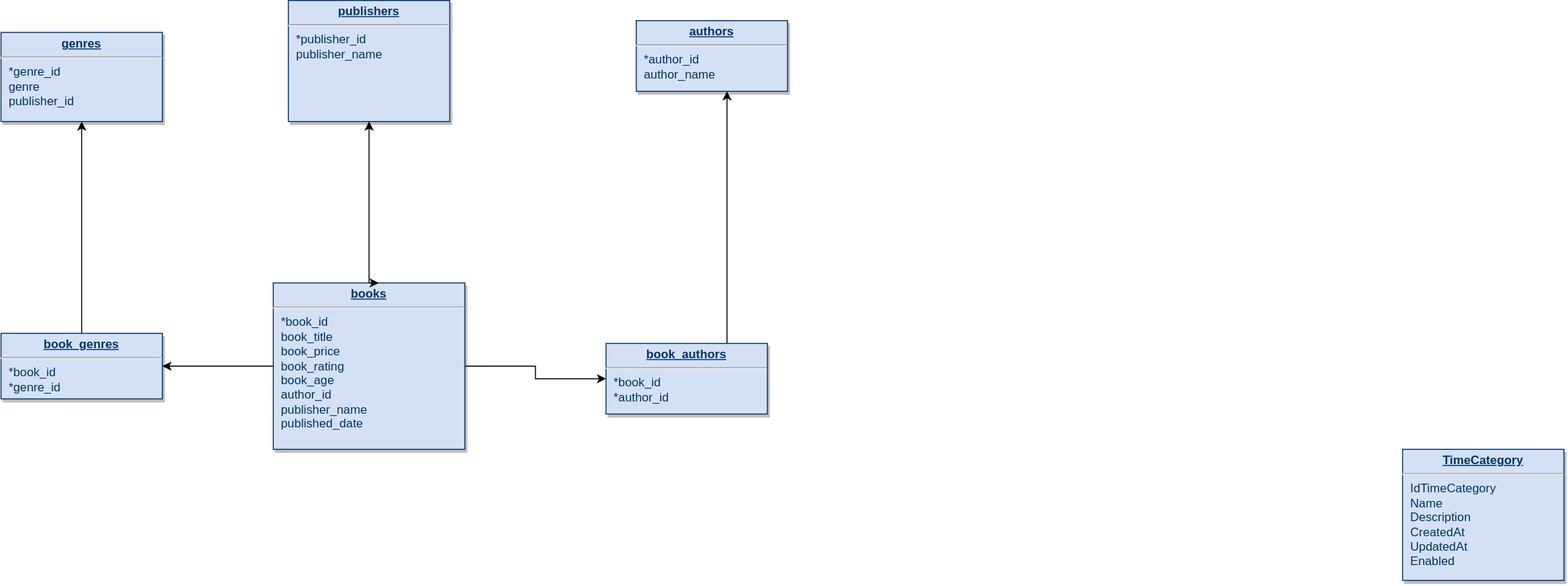
Earlier version of the draw.io export bookstore.drawio.svg (lohaidangvn/dbgram). Source tidied: cells renumbered, new cells last; positions are measured from the earlier drawing's top-left corner, leaving out a move shared by most shapes.
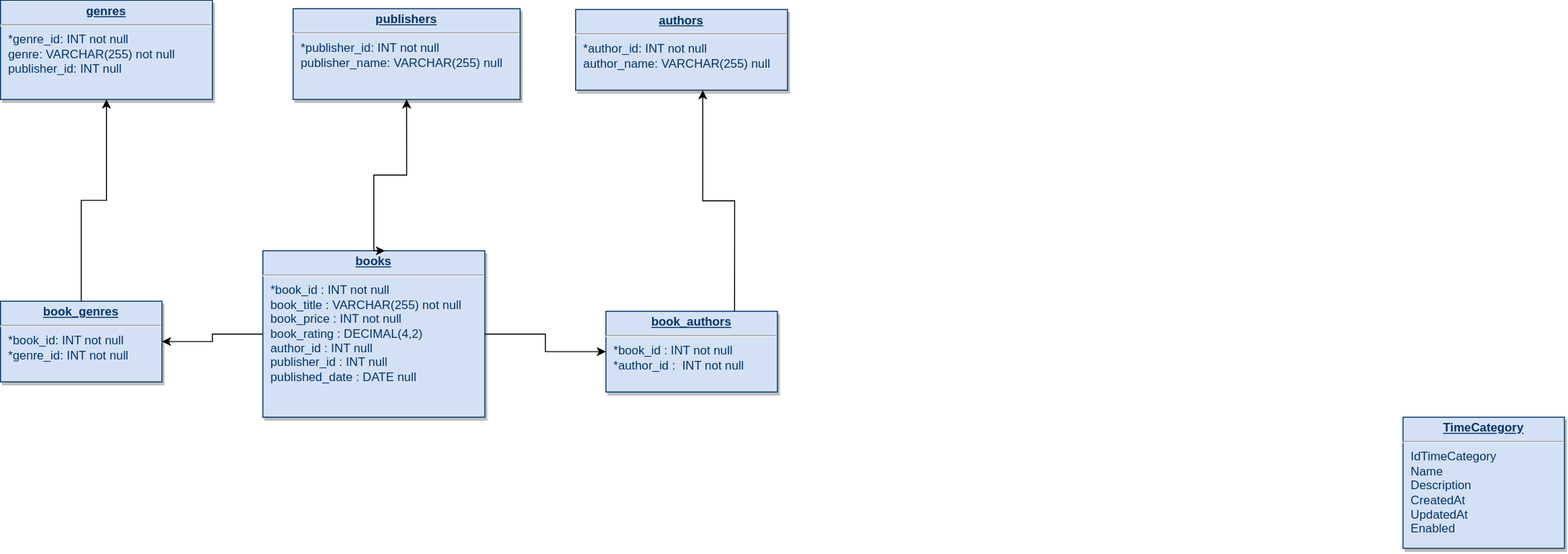
Above is the later version.

Commit message:
Cập nhật bookstore.drawio.svg

What changed in the source:
```diff
@@ -2,8 +2,8 @@
   <root>
     <mxCell id="0" />
     <mxCell id="1" parent="0" />
-    <mxCell id="2" value="&lt;p style=&quot;margin: 0px; margin-top: 4px; text-align: center; text-decoration: underline;&quot;&gt;&lt;strong&gt;publishers&lt;/strong&gt;&lt;/p&gt;&lt;hr&gt;&lt;p style=&quot;margin: 0px; margin-left: 8px;&quot;&gt;*publisher_id&lt;/p&gt;&lt;p style=&quot;margin: 0px; margin-left: 8px;&quot;&gt;publisher_name&lt;/p&gt;" style="verticalAlign=top;align=left;overflow=fill;fontSize=12;fontFamily=Helvetica;html=1;strokeColor=#003366;shadow=1;fillColor=#D4E1F5;fontColor=#003366;" parent="1" vertex="1">
-      <mxGeometry x="285" width="160" height="120" as="geometry" />
+    <mxCell id="2" value="&lt;p style=&quot;margin: 0px; margin-top: 4px; text-align: center; text-decoration: underline;&quot;&gt;&lt;strong&gt;publishers&lt;/strong&gt;&lt;/p&gt;&lt;hr&gt;&lt;p style=&quot;margin: 0px; margin-left: 8px;&quot;&gt;*publisher_id: INT not null&lt;/p&gt;&lt;p style=&quot;margin: 0px; margin-left: 8px;&quot;&gt;publisher_name: VARCHAR(255) null&lt;/p&gt;" style="verticalAlign=top;align=left;overflow=fill;fontSize=12;fontFamily=Helvetica;html=1;strokeColor=#003366;shadow=1;fillColor=#D4E1F5;fontColor=#003366;" parent="1" vertex="1">
+      <mxGeometry x="290" y="40" width="225" height="90" as="geometry" />
     </mxCell>
     <mxCell id="3" style="edgeStyle=orthogonalEdgeStyle;rounded=0;jettySize=auto;html=1;exitX=0.5;exitY=0;exitDx=0;exitDy=0;entryX=0.5;entryY=1;entryDx=0;entryDy=0;" parent="1" edge="1" source="6" target="2">
       <mxGeometry relative="1" as="geometry" />
@@ -14,20 +14,20 @@
     <mxCell id="5" style="edgeStyle=orthogonalEdgeStyle;rounded=0;jettySize=auto;html=1;entryX=0;entryY=0.5;entryDx=0;entryDy=0;" parent="1" edge="1" source="6" target="14">
       <mxGeometry relative="1" as="geometry" />
     </mxCell>
-    <mxCell id="6" value="&lt;p style=&quot;margin: 0px; margin-top: 4px; text-align: center; text-decoration: underline;&quot;&gt;&lt;strong&gt;books&lt;/strong&gt;&lt;/p&gt;&lt;hr&gt;&lt;p style=&quot;margin: 0px; margin-left: 8px;&quot;&gt;*book_id&lt;/p&gt;&lt;p style=&quot;margin: 0px; margin-left: 8px;&quot;&gt;book_title&lt;/p&gt;&lt;p style=&quot;margin: 0px; margin-left: 8px;&quot;&gt;book_price&lt;/p&gt;&lt;p style=&quot;margin: 0px; margin-left: 8px;&quot;&gt;book_rating&lt;/p&gt;&lt;p style=&quot;margin: 0px; margin-left: 8px;&quot;&gt;book_age&lt;/p&gt;&lt;p style=&quot;margin: 0px; margin-left: 8px;&quot;&gt;author_id&lt;/p&gt;&lt;p style=&quot;margin: 0px; margin-left: 8px;&quot;&gt;publisher_name&lt;/p&gt;&lt;p style=&quot;margin: 0px; margin-left: 8px;&quot;&gt;published_date&lt;/p&gt;" style="verticalAlign=top;align=left;overflow=fill;fontSize=12;fontFamily=Helvetica;html=1;strokeColor=#003366;shadow=1;fillColor=#D4E1F5;fontColor=#003366;" parent="1" vertex="1">
-      <mxGeometry x="270" y="280" width="190" height="165" as="geometry" />
+    <mxCell id="6" value="&lt;p style=&quot;margin: 0px; margin-top: 4px; text-align: center; text-decoration: underline;&quot;&gt;&lt;strong&gt;books&lt;/strong&gt;&lt;/p&gt;&lt;hr&gt;&lt;p style=&quot;margin: 0px; margin-left: 8px;&quot;&gt;*book_id : INT not null&lt;/p&gt;&lt;p style=&quot;margin: 0px; margin-left: 8px;&quot;&gt;book_title : VARCHAR(255) not null&lt;/p&gt;&lt;p style=&quot;margin: 0px; margin-left: 8px;&quot;&gt;book_price : INT not null&lt;/p&gt;&lt;p style=&quot;margin: 0px; margin-left: 8px;&quot;&gt;book_rating : DECIMAL(4,2)&lt;/p&gt;&lt;p style=&quot;margin: 0px; margin-left: 8px;&quot;&gt;author_id : INT null&lt;/p&gt;&lt;p style=&quot;margin: 0px; margin-left: 8px;&quot;&gt;publisher_id : INT null&amp;nbsp;&lt;/p&gt;&lt;p style=&quot;margin: 0px; margin-left: 8px;&quot;&gt;&lt;span style=&quot;background-color: initial;&quot;&gt;published_date :&amp;nbsp;&lt;/span&gt;&lt;span style=&quot;background-color: initial;&quot;&gt;DATE null&lt;/span&gt;&lt;/p&gt;&lt;div&gt;&lt;span style=&quot;background-color: initial;&quot;&gt;&lt;br&gt;&lt;/span&gt;&lt;/div&gt;" style="verticalAlign=top;align=left;overflow=fill;fontSize=12;fontFamily=Helvetica;html=1;strokeColor=#003366;shadow=1;fillColor=#D4E1F5;fontColor=#003366;" parent="1" vertex="1">
+      <mxGeometry x="260" y="280" width="220" height="165" as="geometry" />
     </mxCell>
     <mxCell id="7" style="edgeStyle=orthogonalEdgeStyle;rounded=0;jettySize=auto;html=1;" parent="1" edge="1" source="8" target="10">
       <mxGeometry relative="1" as="geometry" />
     </mxCell>
-    <mxCell id="8" value="&lt;p style=&quot;margin: 0px; margin-top: 4px; text-align: center; text-decoration: underline;&quot;&gt;&lt;strong&gt;book_genres&lt;/strong&gt;&lt;/p&gt;&lt;hr&gt;&lt;p style=&quot;margin: 0px; margin-left: 8px;&quot;&gt;*book_id&lt;/p&gt;&lt;p style=&quot;margin: 0px; margin-left: 8px;&quot;&gt;*genre_id&lt;/p&gt;" style="verticalAlign=top;align=left;overflow=fill;fontSize=12;fontFamily=Helvetica;html=1;strokeColor=#003366;shadow=1;fillColor=#D4E1F5;fontColor=#003366;" parent="1" vertex="1">
-      <mxGeometry y="330" width="160" height="65" as="geometry" />
+    <mxCell id="8" value="&lt;p style=&quot;margin: 0px; margin-top: 4px; text-align: center; text-decoration: underline;&quot;&gt;&lt;strong&gt;book_genres&lt;/strong&gt;&lt;/p&gt;&lt;hr&gt;&lt;p style=&quot;margin: 0px; margin-left: 8px;&quot;&gt;*book_id: INT not null&lt;/p&gt;&lt;p style=&quot;margin: 0px; margin-left: 8px;&quot;&gt;*genre_id: INT not null&lt;/p&gt;" style="verticalAlign=top;align=left;overflow=fill;fontSize=12;fontFamily=Helvetica;html=1;strokeColor=#003366;shadow=1;fillColor=#D4E1F5;fontColor=#003366;" parent="1" vertex="1">
+      <mxGeometry y="330" width="160" height="80" as="geometry" />
     </mxCell>
-    <mxCell id="9" value="&lt;p style=&quot;margin: 0px; margin-top: 4px; text-align: center; text-decoration: underline;&quot;&gt;&lt;strong&gt;authors&lt;/strong&gt;&lt;/p&gt;&lt;hr&gt;&lt;p style=&quot;margin: 0px; margin-left: 8px;&quot;&gt;*author_id&lt;/p&gt;&lt;p style=&quot;margin: 0px; margin-left: 8px;&quot;&gt;author_name&lt;/p&gt;" style="verticalAlign=top;align=left;overflow=fill;fontSize=12;fontFamily=Helvetica;html=1;strokeColor=#003366;shadow=1;fillColor=#D4E1F5;fontColor=#003366;" parent="1" vertex="1">
-      <mxGeometry x="630" y="20" width="150" height="70" as="geometry" />
+    <mxCell id="9" value="&lt;p style=&quot;margin: 0px; margin-top: 4px; text-align: center; text-decoration: underline;&quot;&gt;&lt;strong&gt;authors&lt;/strong&gt;&lt;/p&gt;&lt;hr&gt;&lt;p style=&quot;margin: 0px; margin-left: 8px;&quot;&gt;*author_id: INT not null&lt;/p&gt;&lt;p style=&quot;margin: 0px; margin-left: 8px;&quot;&gt;author_name: VARCHAR(255) null&lt;/p&gt;" style="verticalAlign=top;align=left;overflow=fill;fontSize=12;fontFamily=Helvetica;html=1;strokeColor=#003366;shadow=1;fillColor=#D4E1F5;fontColor=#003366;" parent="1" vertex="1">
+      <mxGeometry x="570" y="40.8" width="210" height="80" as="geometry" />
     </mxCell>
-    <mxCell id="10" value="&lt;p style=&quot;margin: 0px; margin-top: 4px; text-align: center; text-decoration: underline;&quot;&gt;&lt;strong&gt;genres&lt;/strong&gt;&lt;/p&gt;&lt;hr&gt;&lt;p style=&quot;margin: 0px; margin-left: 8px;&quot;&gt;*genre_id&lt;/p&gt;&lt;p style=&quot;margin: 0px; margin-left: 8px;&quot;&gt;genre&lt;/p&gt;&lt;p style=&quot;margin: 0px; margin-left: 8px;&quot;&gt;publisher_id&lt;/p&gt;&lt;p style=&quot;margin: 0px; margin-left: 8px;&quot;&gt;&lt;br&gt;&lt;/p&gt;&lt;p style=&quot;margin: 0px; margin-left: 8px;&quot;&gt;&lt;br&gt;&lt;/p&gt;" style="verticalAlign=top;align=left;overflow=fill;fontSize=12;fontFamily=Helvetica;html=1;strokeColor=#003366;shadow=1;fillColor=#D4E1F5;fontColor=#003366;" parent="1" vertex="1">
-      <mxGeometry y="31.6" width="160" height="88.4" as="geometry" />
+    <mxCell id="10" value="&lt;p style=&quot;margin: 0px; margin-top: 4px; text-align: center; text-decoration: underline;&quot;&gt;&lt;strong&gt;genres&lt;/strong&gt;&lt;/p&gt;&lt;hr&gt;&lt;p style=&quot;margin: 0px; margin-left: 8px;&quot;&gt;*genre_id: INT not null&lt;/p&gt;&lt;p style=&quot;margin: 0px; margin-left: 8px;&quot;&gt;genre: VARCHAR(255) not null&lt;/p&gt;&lt;p style=&quot;margin: 0px; margin-left: 8px;&quot;&gt;publisher_id: INT null&lt;/p&gt;&lt;p style=&quot;margin: 0px; margin-left: 8px;&quot;&gt;&lt;br&gt;&lt;/p&gt;&lt;p style=&quot;margin: 0px; margin-left: 8px;&quot;&gt;&lt;br&gt;&lt;/p&gt;" style="verticalAlign=top;align=left;overflow=fill;fontSize=12;fontFamily=Helvetica;html=1;strokeColor=#003366;shadow=1;fillColor=#D4E1F5;fontColor=#003366;" parent="1" vertex="1">
+      <mxGeometry y="31.6" width="210" height="98.4" as="geometry" />
     </mxCell>
     <mxCell id="11" value="&lt;p style=&quot;margin: 0px; margin-top: 4px; text-align: center; text-decoration: underline;&quot;&gt;&lt;strong&gt;TimeCategory&lt;/strong&gt;&lt;/p&gt;&lt;hr /&gt;&lt;p style=&quot;margin: 0px; margin-left: 8px;&quot;&gt;IdTimeCategory&lt;/p&gt;&lt;p style=&quot;margin: 0px; margin-left: 8px;&quot;&gt;Name&lt;/p&gt;&lt;p style=&quot;margin: 0px; margin-left: 8px;&quot;&gt;Description&lt;/p&gt;&lt;p style=&quot;margin: 0px; margin-left: 8px;&quot;&gt;CreatedAt&lt;/p&gt;&lt;p style=&quot;margin: 0px; margin-left: 8px;&quot;&gt;UpdatedAt&lt;/p&gt;&lt;p style=&quot;margin: 0px; margin-left: 8px;&quot;&gt;Enabled&lt;/p&gt;" style="verticalAlign=top;align=left;overflow=fill;fontSize=12;fontFamily=Helvetica;html=1;strokeColor=#003366;shadow=1;fillColor=#D4E1F5;fontColor=#003366;" parent="1" vertex="1">
       <mxGeometry x="1390" y="445" width="160" height="130" as="geometry" />
@@ -38,8 +38,8 @@
     <mxCell id="13" style="edgeStyle=orthogonalEdgeStyle;rounded=0;jettySize=auto;html=1;exitX=0.75;exitY=0;exitDx=0;exitDy=0;entryX=0.6;entryY=1;entryDx=0;entryDy=0;entryPerimeter=0;" parent="1" edge="1" source="14" target="9">
       <mxGeometry relative="1" as="geometry" />
     </mxCell>
-    <mxCell id="14" value="&lt;p style=&quot;margin: 0px; margin-top: 4px; text-align: center; text-decoration: underline;&quot;&gt;&lt;strong&gt;book_authors&lt;/strong&gt;&lt;/p&gt;&lt;hr&gt;&lt;p style=&quot;margin: 0px; margin-left: 8px;&quot;&gt;*book_id&lt;/p&gt;&lt;p style=&quot;margin: 0px; margin-left: 8px;&quot;&gt;*author_id&lt;/p&gt;" style="verticalAlign=top;align=left;overflow=fill;fontSize=12;fontFamily=Helvetica;html=1;strokeColor=#003366;shadow=1;fillColor=#D4E1F5;fontColor=#003366;" parent="1" vertex="1">
-      <mxGeometry x="600" y="340" width="160" height="70" as="geometry" />
+    <mxCell id="14" value="&lt;p style=&quot;margin: 0px; margin-top: 4px; text-align: center; text-decoration: underline;&quot;&gt;&lt;strong&gt;book_authors&lt;/strong&gt;&lt;/p&gt;&lt;hr&gt;&lt;p style=&quot;margin: 0px; margin-left: 8px;&quot;&gt;*book_id : INT not null&lt;/p&gt;&lt;p style=&quot;margin: 0px; margin-left: 8px;&quot;&gt;*author_id :&amp;nbsp; INT not null&lt;/p&gt;" style="verticalAlign=top;align=left;overflow=fill;fontSize=12;fontFamily=Helvetica;html=1;strokeColor=#003366;shadow=1;fillColor=#D4E1F5;fontColor=#003366;" parent="1" vertex="1">
+      <mxGeometry x="600" y="340" width="170" height="80" as="geometry" />
     </mxCell>
   </root>
 </mxGraphModel>
```
